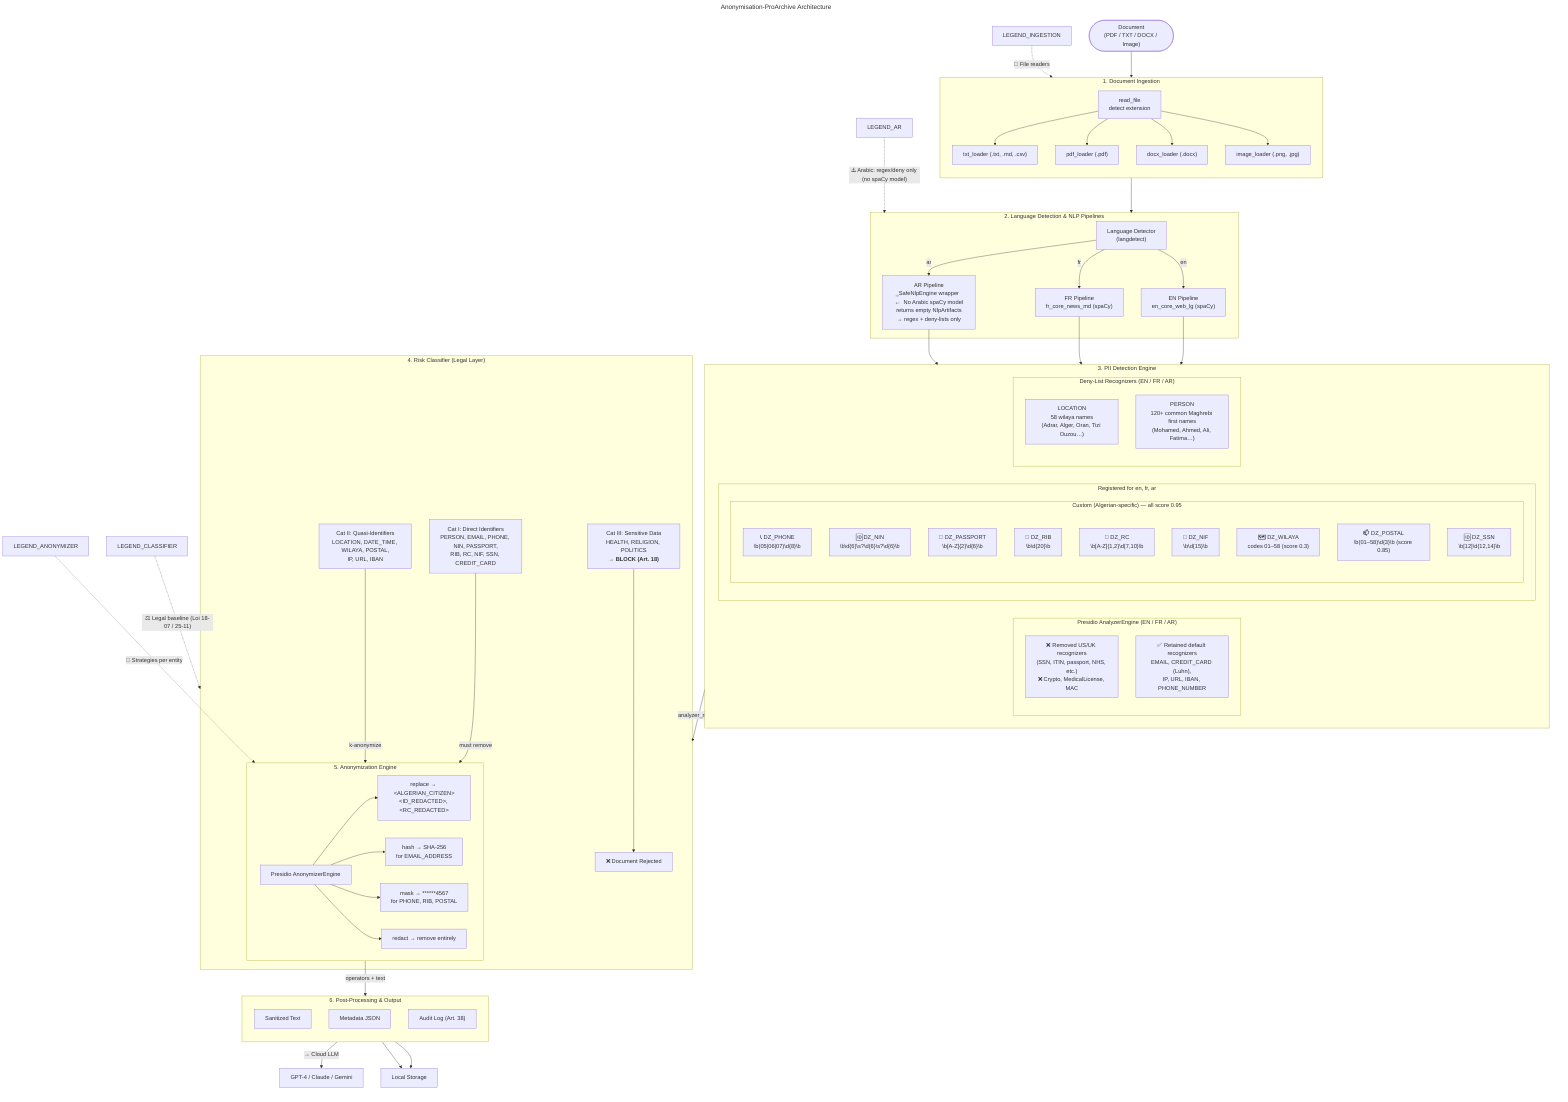
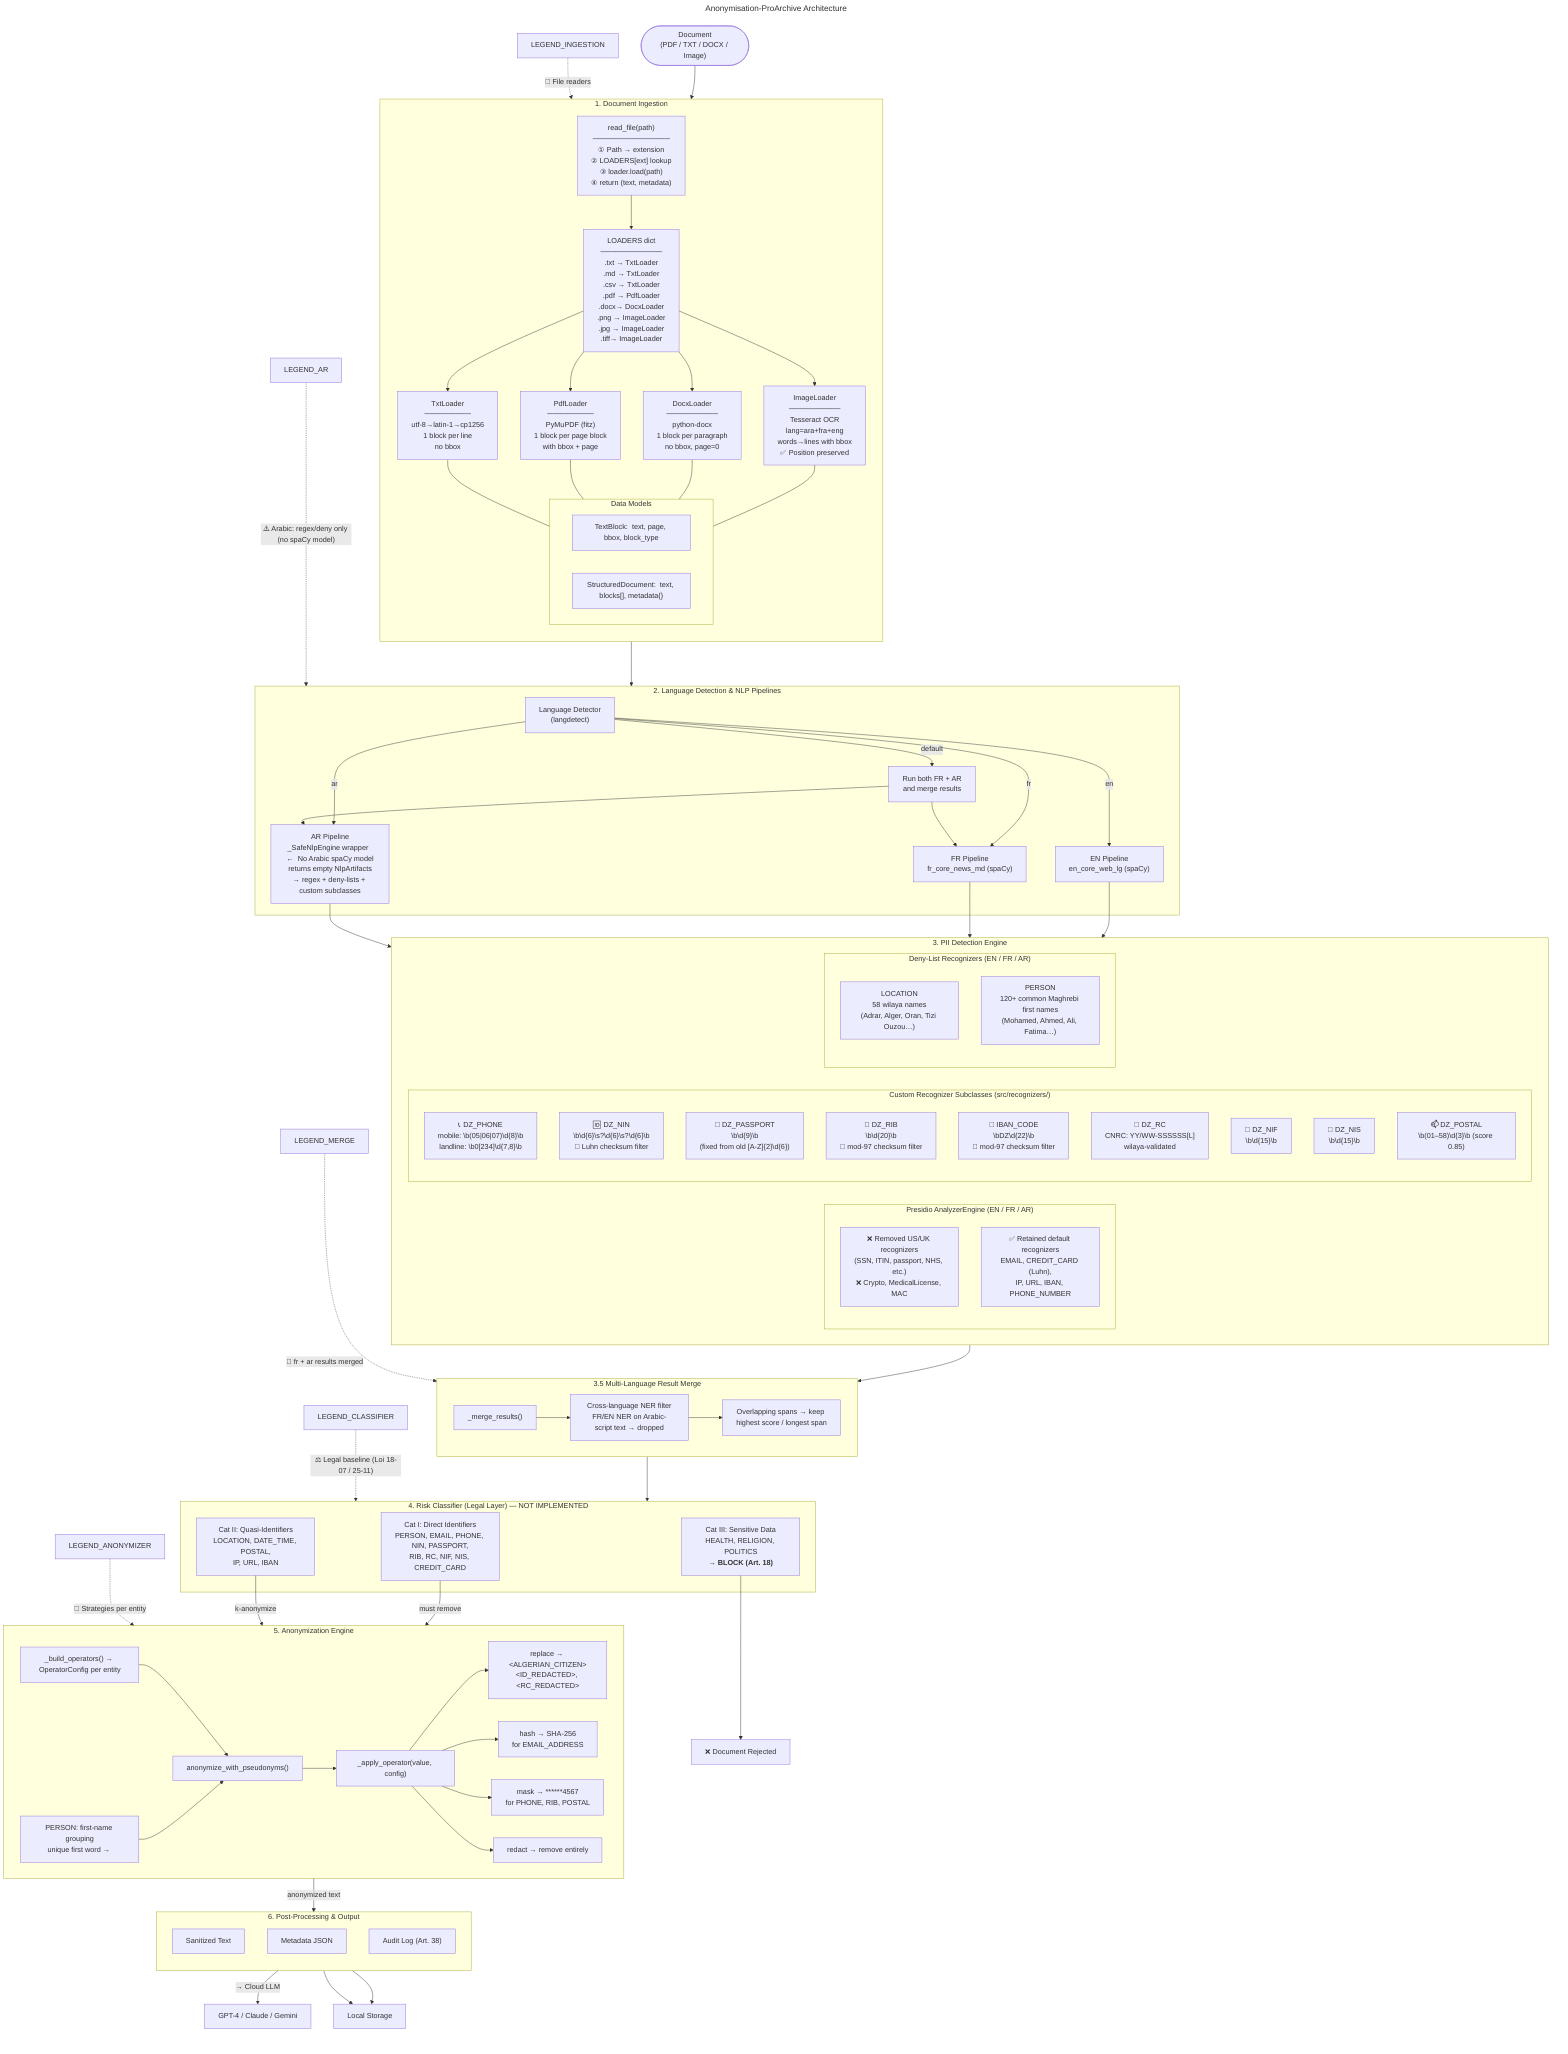
---
title: Anonymisation-ProArchive Architecture
---

flowchart TB
    %% ── Input ──
    INPUT(["Document<br/>(PDF / TXT / DOCX / Image)"])
    INPUT --> INGESTION

    %% ── 1. Ingestion Layer ──
    subgraph INGESTION ["1. Document Ingestion"]
        direction TB
-         READ[read_file<br/>detect extension]
-         TXT_LOADER["txt_loader (.txt, .md, .csv)"]
-         PDF_LOADER["pdf_loader (.pdf)"]
-         DOCX_LOADER["docx_loader (.docx)"]
-         IMG_LOADER["image_loader (.png, .jpg)"]
-         READ --> TXT_LOADER
-         READ --> PDF_LOADER
-         READ --> DOCX_LOADER
-         READ --> IMG_LOADER
+         READ["read_file(path)
+         ───────────────
+         ① Path → extension
+         ② LOADERS[ext] lookup
+         ③ loader.load(path)
+         ④ return (text, metadata)"]
+ 
+         subgraph MODELS ["Data Models"]
+             TB_MODEL["TextBlock:  text, page, bbox, block_type"]
+             SD_MODEL["StructuredDocument:  text, blocks[], metadata{}"]
+         end
+ 
+         REG["LOADERS dict
+         ────────────
+         .txt → TxtLoader
+         .md  → TxtLoader
+         .csv → TxtLoader
+         .pdf → PdfLoader
+         .docx→ DocxLoader
+         .png → ImageLoader
+         .jpg → ImageLoader
+         .tiff→ ImageLoader"]
+ 
+         TXT["TxtLoader
+         ─────────
+         utf-8→latin-1→cp1256
+         1 block per line
+         no bbox"]
+ 
+         PDF["PdfLoader
+         ─────────
+         PyMuPDF (fitz)
+         1 block per page block
+         with bbox + page"]
+ 
+         DOCX["DocxLoader
+         ──────────
+         python-docx
+         1 block per paragraph
+         no bbox, page=0"]
+ 
+         IMG["ImageLoader
+         ──────────
+         Tesseract OCR
+         lang=ara+fra+eng
+         words→lines with bbox
+         ✅ Position preserved"]
+ 
+         READ --> REG
+         REG --> TXT
+         REG --> PDF
+         REG --> DOCX
+         REG --> IMG
+         TXT --- MODELS
+         PDF --- MODELS
+         DOCX --- MODELS
+         IMG --- MODELS
    end

    INGESTION --> LANG_ROUTER

    %% ── 2. Language Detection & NLP Pipelines ──
    subgraph LANG_ROUTER ["2. Language Detection & NLP Pipelines"]
        LANG_DETECT["Language Detector<br/>(langdetect)"]
        LANG_DETECT -->|en| EN_PIPELINE
        LANG_DETECT -->|fr| FR_PIPELINE
        LANG_DETECT -->|ar| AR_PIPELINE
+         LANG_DETECT -->|default| MULTI["Run both FR + AR<br/>and merge results"]

        EN_PIPELINE["EN Pipeline<br/>en_core_web_lg (spaCy)"]
        FR_PIPELINE["FR Pipeline<br/>fr_core_news_md (spaCy)"]
-         AR_PIPELINE["AR Pipeline<br/>_SafeNlpEngine wrapper  ←  No Arabic spaCy model<br/>returns empty NlpArtifacts<br/>→ regex + deny-lists only"]
+         AR_PIPELINE["AR Pipeline<br/>_SafeNlpEngine wrapper  ←  No Arabic spaCy model<br/>returns empty NlpArtifacts<br/>→ regex + deny-lists + custom subclasses"]
+         MULTI --> FR_PIPELINE
+         MULTI --> AR_PIPELINE
    end

    EN_PIPELINE --> ANALYZER
    FR_PIPELINE --> ANALYZER
    AR_PIPELINE --> ANALYZER

    %% ── 3. Analyzer (Detection) ──
    subgraph ANALYZER ["3. PII Detection Engine"]

        subgraph PRESIDIO_CORE ["Presidio AnalyzerEngine (EN / FR / AR)"]
            REMOVED["❌ Removed US/UK recognizers<br/>(SSN, ITIN, passport, NHS, etc.)<br/>❌ Crypto, MedicalLicense, MAC"]
            KEPT["✅ Retained default recognizers<br/>EMAIL, CREDIT_CARD (Luhn),<br/>IP, URL, IBAN, PHONE_NUMBER"]
        end

-         subgraph LANGUAGE_REGISTRATION ["Registered for en, fr, ar"]
-             CUSTOM["Custom PatternRecognizers (x3 languages)"]
-         end
- 
-         subgraph CUSTOM ["Custom (Algerian-specific) — all score 0.95"]
-             direction TB
-             DZ_PHONE["📞 DZ_PHONE<br/>\b(05|06|07)\d{8}\b"]
-             DZ_NIN["🆔 DZ_NIN<br/>\b\d{6}\s?\d{6}\s?\d{6}\b"]
-             DZ_PASSPORT["📘 DZ_PASSPORT<br/>\b[A-Z]{2}\d{6}\b"]
-             DZ_RIB["🏦 DZ_RIB<br/>\b\d{20}\b"]
-             DZ_RC["🏢 DZ_RC<br/>\b[A-Z]{1,2}\d{7,10}\b"]
+         subgraph ALGERIAN ["Custom Recognizer Subclasses (src/recognizers/)"]
+             DZ_PHONE["📞 DZ_PHONE<br/>mobile: \b(05|06|07)\d{8}\b<br/>landline: \b0[234]\d{7,8}\b"]
+             DZ_NIN["🆔 DZ_NIN<br/>\b\d{6}\s?\d{6}\s?\d{6}\b<br/>🔢 Luhn checksum filter"]
+             DZ_PASSPORT["📘 DZ_PASSPORT<br/>\b\d{9}\b<br/>(fixed from old [A-Z]{2}\d{6})"]
+             DZ_RIB["🏦 DZ_RIB<br/>\b\d{20}\b<br/>🔢 mod-97 checksum filter"]
+             DZ_IBAN["🏦 IBAN_CODE<br/>\bDZ\d{22}\b<br/>🔢 mod-97 checksum filter"]
+             DZ_RC["🏢 DZ_RC<br/>CNRC: YY/WW-SSSSSS[L]<br/>wilaya-validated"]
            DZ_NIF["🧾 DZ_NIF<br/>\b\d{15}\b"]
-             DZ_WILAYA["🗺️ DZ_WILAYA<br/>codes 01–58 (score 0.3)"]
+             DZ_NIS["🧾 DZ_NIS<br/>\b\d{15}\b"]
            DZ_POSTAL["📫 DZ_POSTAL<br/>\b(01–58)\d{3}\b (score 0.85)"]
-             DZ_SSN["🆔 DZ_SSN<br/>\b[12]\d{12,14}\b"]
        end

        subgraph DENY_LISTS ["Deny-List Recognizers (EN / FR / AR)"]
            LOC_DENY["LOCATION<br/>58 wilaya names<br/>(Adrar, Alger, Oran, Tizi Ouzou…)"]
            PER_DENY["PERSON<br/>120+ common Maghrebi first names<br/>(Mohamed, Ahmed, Ali, Fatima…)"]
        end
    end

-     ANALYZER -->|analyzer_results| RISK_CLASSIFIER
+     ANALYZER --> MERGE
+ 
+     %% ── 3.5 Result Merge (multi-language) ──
+     subgraph MERGE ["3.5 Multi-Language Result Merge"]
+         MERGE_FN["_merge_results()"]
+         FILTER["Cross-language NER filter<br/>FR/EN NER on Arabic-script text → dropped"]
+         OVERLAP["Overlapping spans → keep highest score / longest span"]
+         MERGE_FN --> FILTER
+         FILTER --> OVERLAP
+     end
+ 
+     MERGE --> RISK_CLASSIFIER

    %% ── 4. Risk Classifier ──
-     subgraph RISK_CLASSIFIER ["4. Risk Classifier (Legal Layer)"]
-         CAT_I["Cat I: Direct Identifiers<br/>PERSON, EMAIL, PHONE, NIN, PASSPORT,<br/>RIB, RC, NIF, SSN, CREDIT_CARD"]
-         CAT_II["Cat II: Quasi-Identifiers<br/>LOCATION, DATE_TIME, WILAYA, POSTAL,<br/>IP, URL, IBAN"]
+     subgraph RISK_CLASSIFIER ["4. Risk Classifier (Legal Layer) — NOT IMPLEMENTED"]
+         CAT_I["Cat I: Direct Identifiers<br/>PERSON, EMAIL, PHONE, NIN, PASSPORT,<br/>RIB, RC, NIF, NIS, CREDIT_CARD"]
+         CAT_II["Cat II: Quasi-Identifiers<br/>LOCATION, DATE_TIME, POSTAL,<br/>IP, URL, IBAN"]
        CAT_III["Cat III: Sensitive Data<br/>HEALTH, RELIGION, POLITICS<br/><b>→ BLOCK (Art. 18)</b>"]
- 
-         CAT_I -->|must remove| ANONYMIZER
-         CAT_II -->|k-anonymize| ANONYMIZER
-         CAT_III --> BLOCK["❌ Document Rejected"]
    end

-     ANONYMIZER -->|operators + text| OUTPUT
+     CAT_I -->|must remove| ANONYMIZER
+     CAT_II -->|k-anonymize| ANONYMIZER
+     CAT_III --> BLOCK["❌ Document Rejected"]
+ 
+     ANONYMIZER -->|anonymized text| OUTPUT

    %% ── 5. Anonymizer ──
    subgraph ANONYMIZER ["5. Anonymization Engine"]
-         PRESIDIO_ANONYM["Presidio AnonymizerEngine"]
+         OPS["_build_operators() → OperatorConfig per entity"]
+         PSEUDO["anonymize_with_pseudonyms()"]
+         APPLY["_apply_operator(value, config)"]
+         PERS_GROUP["PERSON: first-name grouping<br/>unique first word → <PERSON_N>"]
+ 
+         OPS --> PSEUDO
+         PSEUDO --> APPLY
+         PERS_GROUP --> PSEUDO
+ 
        REPLACE["replace → &lt;ALGERIAN_CITIZEN&gt;<br/>&lt;ID_REDACTED&gt;, &lt;RC_REDACTED&gt;"]
        HASH["hash → SHA-256<br/>for EMAIL_ADDRESS"]
        MASK["mask → ******4567<br/>for PHONE, RIB, POSTAL"]
        REDACT["redact → remove entirely"]

-         PRESIDIO_ANONYM --> REPLACE
-         PRESIDIO_ANONYM --> HASH
-         PRESIDIO_ANONYM --> MASK
-         PRESIDIO_ANONYM --> REDACT
+         APPLY --> REPLACE
+         APPLY --> HASH
+         APPLY --> MASK
+         APPLY --> REDACT
    end

    %% ── 6. Post-Processing & Output ──
    subgraph OUTPUT ["6. Post-Processing & Output"]
        direction TB
        TEXT_OUT["Sanitized Text"]
        META_OUT["Metadata JSON"]
        AUDIT["Audit Log (Art. 38)"]
    end

    TEXT_OUT -->|"→ Cloud LLM"| LLM["GPT-4 / Claude / Gemini"]
    META_OUT --> LOCAL["Local Storage"]
    AUDIT --> LOCAL

    %% ── Legend ──
    LEGEND_INGESTION -.->|"📄 File readers"| INGESTION
    LEGEND_CLASSIFIER -.->|"⚖️ Legal baseline (Loi 18-07 / 25-11)"| RISK_CLASSIFIER
    LEGEND_ANONYMIZER -.->|"🔐 Strategies per entity"| ANONYMIZER
    LEGEND_AR -.->|"⚠️ Arabic: regex/deny only (no spaCy model)"| LANG_ROUTER
+     LEGEND_MERGE -.->|"🔄 fr + ar results merged"| MERGE
